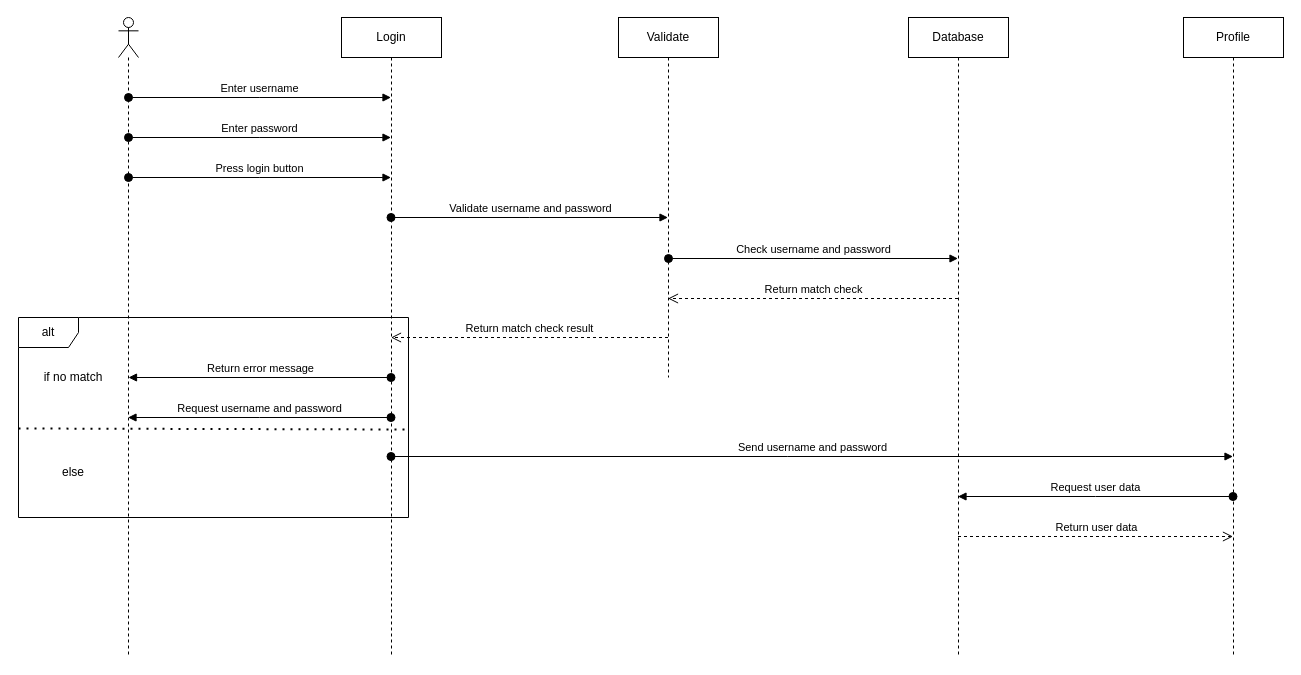
The draw.io diagram docs/diagrams/sequence/linguaFlashLoginSequenceDiagram.drawio in empty-works/lingua-flash, before the edit. Source tidied: cells renumbered, new cells numbered last; positions are measured from the earlier drawing's top-left corner, leaving out a move shared by most shapes. Both pictures are drawn from the tidied source at 100%, with x=0, y=0 at pixel (18, 17).
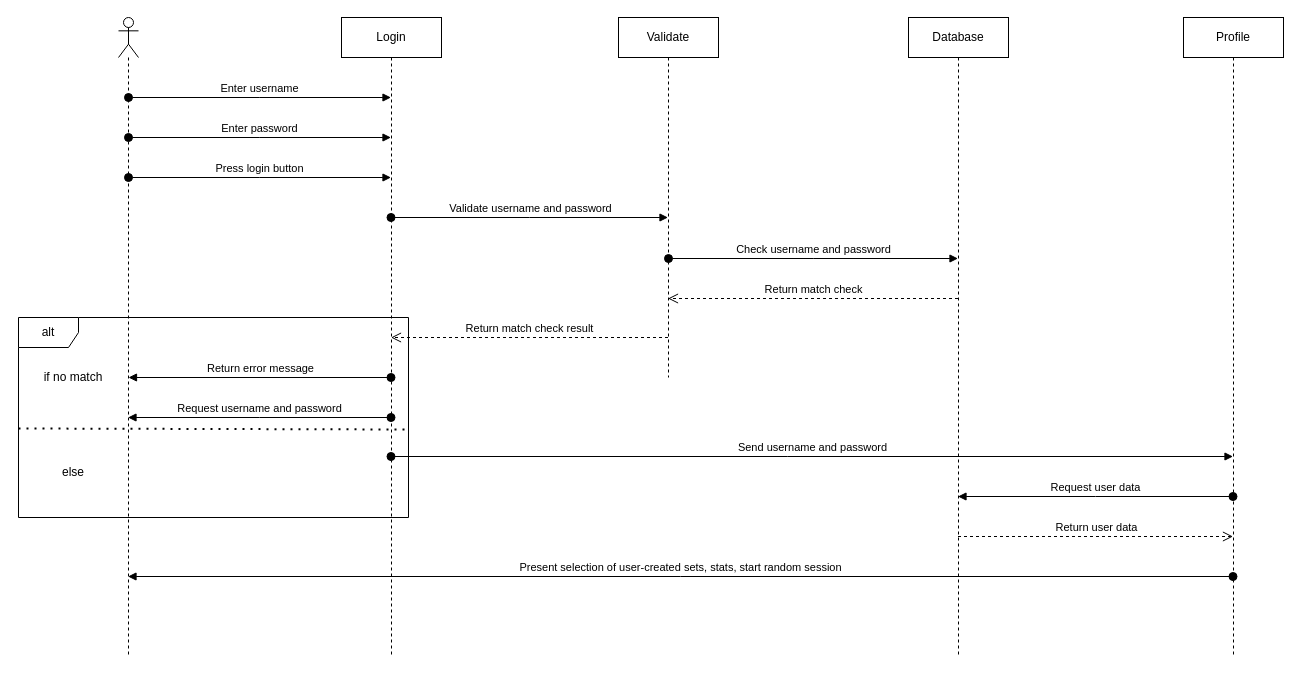
Above is the later version.

The edit, as a diff of the source:
```diff
@@
+    <mxCell id="23" value="Present selection of user-created sets, stats, start random session " style="html=1;verticalAlign=bottom;startArrow=oval;startFill=1;endArrow=block;startSize=8;edgeStyle=elbowEdgeStyle;elbow=vertical;curved=0;rounded=0;" parent="1" edge="1">
+      <mxGeometry relative="1" as="geometry">
+        <mxPoint x="1214.5" y="559" as="sourcePoint" />
+        <mxPoint x="109.5" y="559" as="targetPoint" />
+      </mxGeometry>
+    </mxCell>
```
